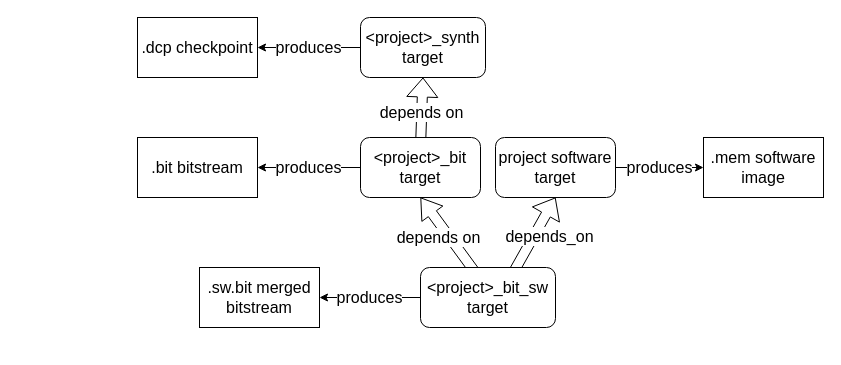
The draw.io diagram docs/assets/gw_build_targets.drawio in epsilon537/boxlambda, before the edit. Source tidied: cells renumbered, new cells numbered last; positions are measured from the earlier drawing's top-left corner, leaving out a move shared by most shapes. Both pictures are drawn from the tidied source at 100%, with x=0, y=0 at pixel (137, 17).
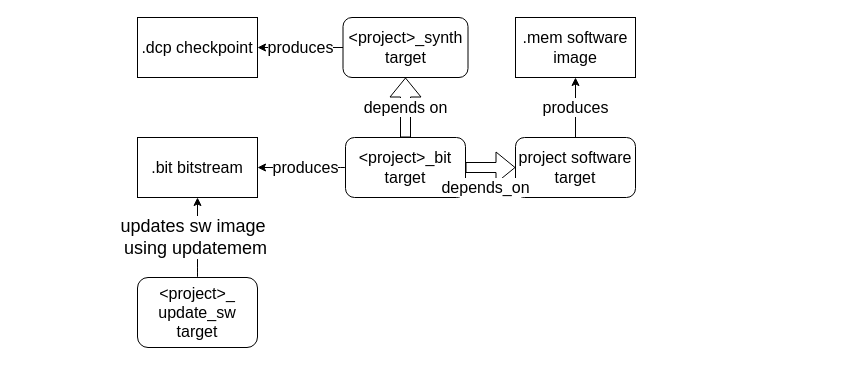
The same diagram, later.

Change to the diagram source:
```diff
@@
 <mxGraphModel>
   <root>
     <mxCell id="0" />
     <mxCell id="1" parent="0" />
     <mxCell id="2" value="&amp;lt;project&amp;gt;_synth&lt;br&gt;target" style="rounded=1;whiteSpace=wrap;html=1;fontSize=16;" parent="1" vertex="1">
-      <mxGeometry x="223" width="125" height="60" as="geometry" />
+      <mxGeometry x="205.5" width="125" height="60" as="geometry" />
     </mxCell>
-    <mxCell id="3" value="depends on" style="shape=flexArrow;endArrow=classic;html=1;rounded=0;entryX=0.5;entryY=1;entryDx=0;entryDy=0;fontSize=16;" parent="1" edge="1" target="2">
-      <mxGeometry relative="1" as="geometry">
-        <mxPoint x="283" y="130" as="sourcePoint" />
-      </mxGeometry>
+    <mxCell id="3" value="depends on" style="shape=flexArrow;endArrow=classic;html=1;rounded=0;fontSize=16;" parent="1" edge="1" source="5" target="2">
+      <mxGeometry relative="1" as="geometry" />
     </mxCell>
     <mxCell id="4" value="project software&lt;br&gt;target" style="rounded=1;whiteSpace=wrap;html=1;fontSize=16;" parent="1" vertex="1">
-      <mxGeometry x="358" y="120" width="120" height="60" as="geometry" />
+      <mxGeometry x="378" y="120" width="120" height="60" as="geometry" />
     </mxCell>
     <mxCell id="5" value="&amp;lt;project&amp;gt;_bit&lt;br&gt;target" style="rounded=1;whiteSpace=wrap;html=1;fontSize=16;" parent="1" vertex="1">
-      <mxGeometry x="223" y="120" width="120" height="60" as="geometry" />
+      <mxGeometry x="208" y="120" width="120" height="60" as="geometry" />
     </mxCell>
-    <mxCell id="6" value="depends_on" style="shape=flexArrow;endArrow=classic;html=1;rounded=0;entryX=0.5;entryY=1;entryDx=0;entryDy=0;exitX=0.583;exitY=0.5;exitDx=0;exitDy=0;exitPerimeter=0;fontSize=16;" parent="1" edge="1" source="8" target="4">
-      <mxGeometry x="0.35" y="-13" relative="1" as="geometry">
-        <mxPoint x="1" as="offset" />
-      </mxGeometry>
+    <mxCell id="6" value="depends_on" style="shape=flexArrow;endArrow=classic;html=1;rounded=0;entryX=0;entryY=0.5;entryDx=0;entryDy=0;fontSize=16;" parent="1" edge="1" source="5" target="4">
+      <mxGeometry x="-0.2" y="-20" relative="1" as="geometry" />
     </mxCell>
-    <mxCell id="7" value="depends on" style="shape=flexArrow;endArrow=classic;html=1;rounded=0;entryX=0.5;entryY=1;entryDx=0;entryDy=0;exitX=0.542;exitY=0.5;exitDx=0;exitDy=0;exitPerimeter=0;fontSize=16;endWidth=15;endSize=6.19;" parent="1" edge="1" source="8" target="5">
-      <mxGeometry x="0.3" y="9" relative="1" as="geometry" />
-    </mxCell>
-    <mxCell id="8" value="&amp;lt;project&amp;gt;_bit_sw&lt;br&gt;target" style="rounded=1;whiteSpace=wrap;html=1;fontSize=16;" parent="1" vertex="1">
-      <mxGeometry x="283" y="250" width="135" height="60" as="geometry" />
-    </mxCell>
     <mxCell id="9" value="produces" style="endArrow=classic;html=1;rounded=0;entryX=1;entryY=0.5;entryDx=0;entryDy=0;fontSize=16;exitX=0;exitY=0.5;exitDx=0;exitDy=0;" parent="1" edge="1" source="2" target="10">
       <mxGeometry relative="1" as="geometry" />
     </mxCell>
     <mxCell id="10" value=".dcp checkpoint" style="rounded=0;whiteSpace=wrap;html=1;fontSize=16;" parent="1" vertex="1">
       <mxGeometry width="120" height="60" as="geometry" />
     </mxCell>
     <mxCell id="11" value=".bit bitstream" style="rounded=0;whiteSpace=wrap;html=1;fontSize=16;" parent="1" vertex="1">
       <mxGeometry y="120" width="120" height="60" as="geometry" />
     </mxCell>
-    <mxCell id="12" value="produces" style="endArrow=classic;html=1;rounded=0;entryX=1;entryY=0.5;entryDx=0;entryDy=0;fontSize=16;exitX=0;exitY=0.5;exitDx=0;exitDy=0;" parent="1" edge="1" source="5" target="11">
-      <mxGeometry relative="1" as="geometry" />
+    <mxCell id="12" value="produces" style="endArrow=classic;html=1;rounded=0;entryX=1;entryY=0.5;entryDx=0;entryDy=0;fontSize=16;exitX=0;exitY=0.5;exitDx=0;exitDy=0;edgeStyle=orthogonalEdgeStyle;curved=1;" parent="1" edge="1" source="5" target="11">
+      <mxGeometry x="-0.09" relative="1" as="geometry" />
     </mxCell>
     <mxCell id="13" value=".mem software image" style="rounded=0;whiteSpace=wrap;html=1;fontSize=16;" parent="1" vertex="1">
-      <mxGeometry x="566" y="120" width="120" height="60" as="geometry" />
+      <mxGeometry x="378" width="120" height="60" as="geometry" />
     </mxCell>
-    <mxCell id="14" value="produces" style="endArrow=classic;html=1;rounded=0;entryX=0;entryY=0.5;entryDx=0;entryDy=0;exitX=1;exitY=0.5;exitDx=0;exitDy=0;fontSize=16;" parent="1" edge="1" source="4" target="13">
+    <mxCell id="14" value="produces" style="endArrow=classic;html=1;rounded=0;fontSize=16;" parent="1" edge="1" source="4" target="13">
       <mxGeometry relative="1" as="geometry" />
     </mxCell>
-    <mxCell id="15" value=".sw.bit merged bitstream" style="rounded=0;whiteSpace=wrap;html=1;fontSize=16;" parent="1" vertex="1">
-      <mxGeometry x="62" y="250" width="120" height="60" as="geometry" />
-    </mxCell>
-    <mxCell id="16" value="produces" style="endArrow=classic;html=1;rounded=0;entryX=1;entryY=0.5;entryDx=0;entryDy=0;exitX=0;exitY=0.5;exitDx=0;exitDy=0;fontSize=16;" parent="1" edge="1" source="8" target="15">
-      <mxGeometry relative="1" as="geometry" />
-    </mxCell>
+    <mxCell id="17" value="&lt;span style=&quot;font-size: 18px;&quot;&gt;updates sw image&amp;nbsp;&lt;/span&gt;&lt;div&gt;&lt;span style=&quot;font-size: 18px;&quot;&gt;using updatemem&lt;/span&gt;&lt;/div&gt;" style="endArrow=classic;html=1;rounded=0;entryX=0.5;entryY=1;entryDx=0;entryDy=0;edgeStyle=orthogonalEdgeStyle;curved=1;" parent="1" edge="1" source="19" target="11">
+      <mxGeometry y="2" relative="1" as="geometry" />
+    </mxCell>
+    <mxCell id="18" style="rounded=0;whiteSpace=wrap;html=1;fillColor=none;strokeColor=none;" parent="1" vertex="1">
+      <mxGeometry x="-120" y="50" width="748" height="60" as="geometry" />
+    </mxCell>
+    <mxCell id="19" value="&amp;lt;project&amp;gt;_&lt;div&gt;update_sw&lt;/div&gt;&lt;div&gt;target&lt;/div&gt;" style="rounded=1;whiteSpace=wrap;html=1;fontSize=16;" parent="1" vertex="1">
+      <mxGeometry y="260" width="120" height="70" as="geometry" />
+    </mxCell>
   </root>
 </mxGraphModel>
```
